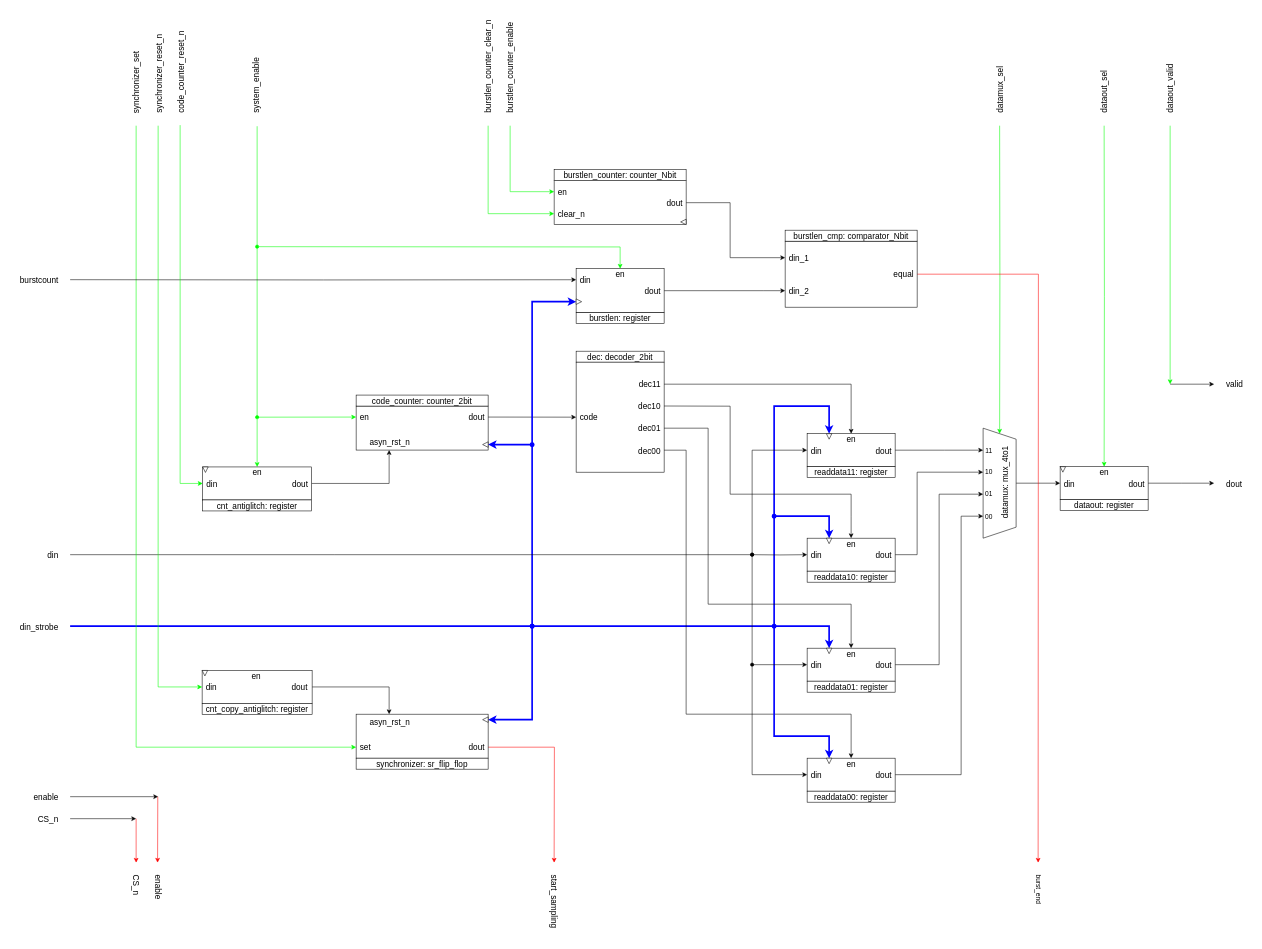
Before: page "synchronizer: RTL" (4 of 5) of IP_cores/AvalonMM_to_hRAM/SSRAM_to_hRAM_v1/rtl/SSRAM_to_hRAM.drawio in AndreaBononi/IP_cores, a draw.io diagram. Source tidied: cells renumbered, new cells numbered last; positions are measured from the earlier drawing's top-left corner, leaving out a move shared by most shapes. Both pictures are drawn from the tidied source at 55%, with x=0, y=0 at pixel (9, 53).
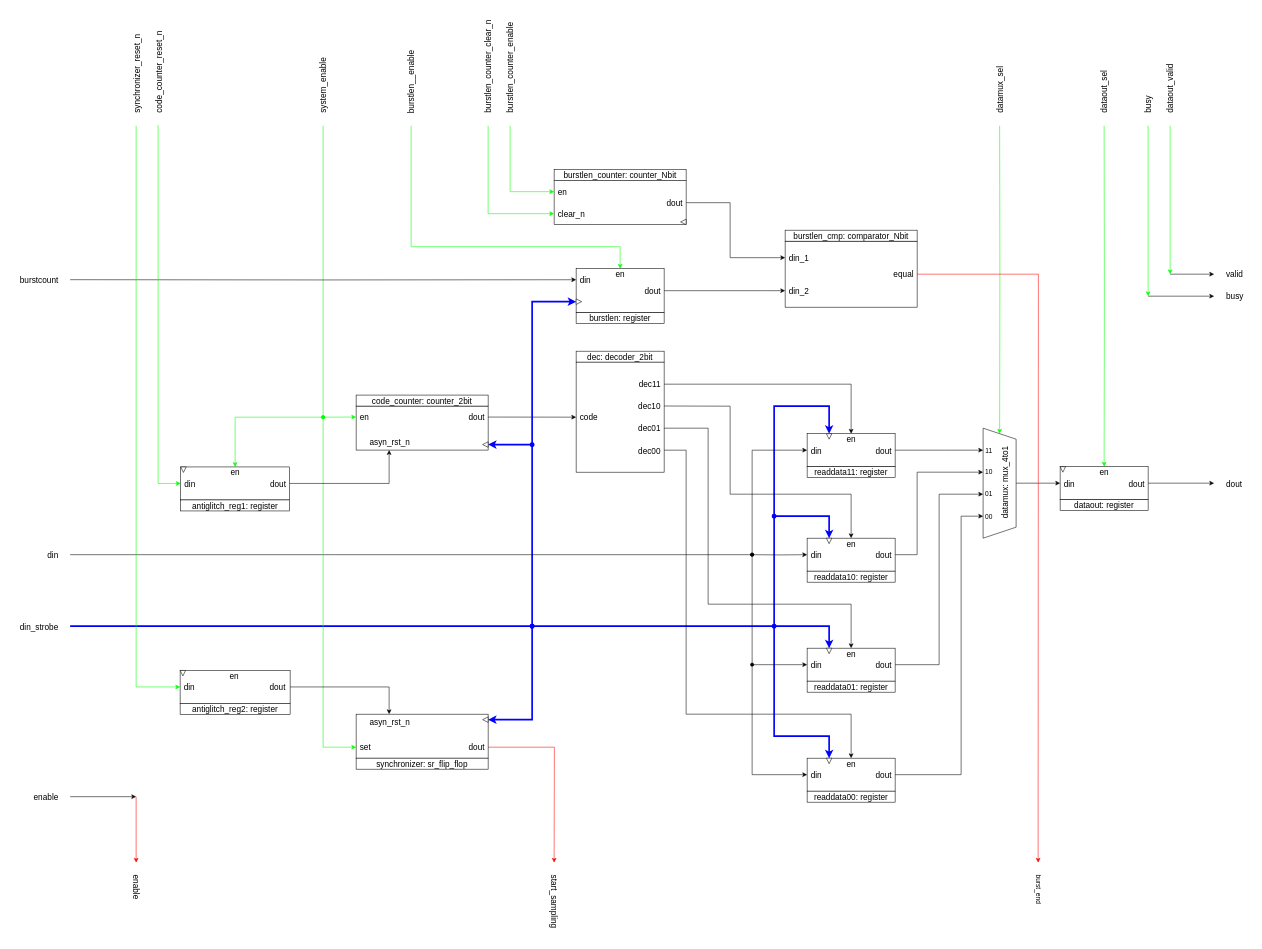
Above is the later version.

The change refers to these unchanged cells:
```xml
<mxCell id="3" style="rounded=0;whiteSpace=wrap;html=1;" parent="1" vertex="1">
  <mxGeometry x="630" y="640.8" width="240" height="80" as="geometry" />
</mxCell>
<mxCell id="69" style="rounded=0;whiteSpace=wrap;html=1;" parent="1" vertex="1">
  <mxGeometry x="630" y="1201" width="240" height="80" as="geometry" />
</mxCell>
<mxCell id="99" style="rounded=0;whiteSpace=wrap;html=1;horizontal=1;" parent="1" vertex="1">
  <mxGeometry x="1030" y="391" width="160" height="80" as="geometry" />
</mxCell>
```

What changed in the source:
```diff
@@
     <mxCell id="8" style="endArrow=classic;html=1;rounded=0;strokeColor=#00FF00;entryX=0;entryY=0.25;entryDx=0;entryDy=0;" parent="1" edge="1" target="3">
       <mxGeometry relative="1" as="geometry">
-        <mxPoint x="450" y="132" as="sourcePoint" />
+        <mxPoint x="570" y="131" as="sourcePoint" />
         <Array as="points">
-          <mxPoint x="450" y="661" />
+          <mxPoint x="570" y="661" />
         </Array>
       </mxGeometry>
     </mxCell>
     <mxCell id="9" value="&lt;font style=&quot;font-size: 15px;&quot;&gt;system_enable&lt;/font&gt;" style="text;html=1;align=left;verticalAlign=middle;strokeColor=none;fillColor=none;rotation=-90;" parent="1" vertex="1">
-      <mxGeometry x="388" y="35" width="120" height="30" as="geometry" />
+      <mxGeometry x="510" y="35" width="120" height="30" as="geometry" />
     </mxCell>
@@
-    <mxCell id="67" style="edgeStyle=orthogonalEdgeStyle;rounded=0;jettySize=auto;html=1;entryX=0;entryY=0.75;entryDx=0;entryDy=0;strokeColor=#00FF00;" parent="1" edge="1" target="69">
-      <mxGeometry relative="1" as="geometry">
-        <mxPoint x="230" y="131" as="sourcePoint" />
-        <Array as="points">
-          <mxPoint x="230" y="1261" />
-        </Array>
-      </mxGeometry>
-    </mxCell>
@@
+    <mxCell id="151" style="edgeStyle=orthogonalEdgeStyle;rounded=0;jettySize=auto;html=1;exitX=0;exitY=0.75;exitDx=0;exitDy=0;entryX=0;entryY=0.75;entryDx=0;entryDy=0;startArrow=oval;startFill=1;strokeColor=#00FF00;" parent="1" edge="1" target="69">
+      <mxGeometry relative="1" as="geometry">
+        <mxPoint x="570" y="661" as="sourcePoint" />
+        <Array as="points">
+          <mxPoint x="570" y="1261" />
+        </Array>
+      </mxGeometry>
+    </mxCell>
@@
-    <mxCell id="76" value="&lt;font style=&quot;font-size: 15px;&quot;&gt;synchronizer_set&lt;/font&gt;" style="text;html=1;align=left;verticalAlign=middle;strokeColor=none;fillColor=none;rotation=-90;" parent="1" vertex="1">
-      <mxGeometry x="160" y="26" width="140" height="30" as="geometry" />
-    </mxCell>
-    <mxCell id="77" value="&lt;font style=&quot;font-size: 15px;&quot;&gt;CS_n&lt;/font&gt;" style="text;html=1;align=right;verticalAlign=middle;strokeColor=none;fillColor=none;" parent="1" vertex="1">
-      <mxGeometry x="30" y="1376" width="60" height="30" as="geometry" />
-    </mxCell>
-    <mxCell id="78" style="endArrow=classic;html=1;rounded=0;strokeColor=#FF0000;" parent="1" edge="1">
-      <mxGeometry relative="1" as="geometry">
-        <mxPoint x="230" y="1391" as="sourcePoint" />
-        <mxPoint x="230" y="1471" as="targetPoint" />
-      </mxGeometry>
-    </mxCell>
-    <mxCell id="79" style="endArrow=classic;html=1;rounded=0;" parent="1" edge="1">
-      <mxGeometry relative="1" as="geometry">
-        <mxPoint x="110" y="1391" as="sourcePoint" />
-        <mxPoint x="230" y="1391" as="targetPoint" />
-      </mxGeometry>
-    </mxCell>
-    <mxCell id="80" value="&lt;div align=&quot;left&quot;&gt;&lt;font style=&quot;font-size: 15px;&quot;&gt;CS_n&lt;/font&gt;&lt;/div&gt;" style="text;html=1;align=left;verticalAlign=middle;strokeColor=none;fillColor=none;rotation=90;" parent="1" vertex="1">
-      <mxGeometry x="200" y="1506" width="60" height="30" as="geometry" />
-    </mxCell>
@@
     <mxCell id="92" style="edgeStyle=orthogonalEdgeStyle;rounded=0;orthogonalLoop=1;jettySize=auto;html=1;strokeColor=#00FF00;" parent="1" edge="1">
       <mxGeometry relative="1" as="geometry">
         <mxPoint x="2110" y="131" as="sourcePoint" />
-        <mxPoint x="2110" y="601" as="targetPoint" />
+        <mxPoint x="2110" y="401" as="targetPoint" />
       </mxGeometry>
     </mxCell>
     <mxCell id="93" style="edgeStyle=orthogonalEdgeStyle;rounded=0;orthogonalLoop=1;jettySize=auto;html=1;exitX=1;exitY=0.5;exitDx=0;exitDy=0;" parent="1" edge="1">
       <mxGeometry relative="1" as="geometry">
-        <mxPoint x="2110" y="601" as="sourcePoint" />
-        <mxPoint x="2190" y="601" as="targetPoint" />
+        <mxPoint x="2110" y="401" as="sourcePoint" />
+        <mxPoint x="2190" y="401" as="targetPoint" />
       </mxGeometry>
     </mxCell>
     <mxCell id="94" value="&lt;font style=&quot;font-size: 15px;&quot;&gt;valid&lt;/font&gt;" style="text;html=1;align=left;verticalAlign=middle;strokeColor=none;fillColor=none;" parent="1" vertex="1">
-      <mxGeometry x="2210" y="586" width="50" height="30" as="geometry" />
+      <mxGeometry x="2210" y="386" width="50" height="30" as="geometry" />
     </mxCell>
@@
-    <mxCell id="96" style="edgeStyle=orthogonalEdgeStyle;rounded=0;jettySize=auto;html=1;entryX=0.5;entryY=0;entryDx=0;entryDy=0;strokeColor=#00FF00;startArrow=oval;startFill=1;" parent="1" edge="1" target="99">
+    <mxCell id="96" style="edgeStyle=orthogonalEdgeStyle;rounded=0;jettySize=auto;html=1;entryX=0.5;entryY=0;entryDx=0;entryDy=0;strokeColor=#00FF00;startArrow=none;startFill=0;" parent="1" edge="1" target="99">
       <mxGeometry relative="1" as="geometry">
-        <mxPoint x="450" y="351" as="sourcePoint" />
+        <mxPoint x="730" y="131" as="sourcePoint" />
+        <Array as="points">
+          <mxPoint x="1110" y="351" />
+        </Array>
       </mxGeometry>
     </mxCell>
@@
     <mxCell id="122" style="endArrow=classic;html=1;rounded=0;" parent="1" edge="1">
       <mxGeometry relative="1" as="geometry">
         <mxPoint x="110" y="1351" as="sourcePoint" />
-        <mxPoint x="270" y="1351" as="targetPoint" />
+        <mxPoint x="230" y="1351" as="targetPoint" />
       </mxGeometry>
     </mxCell>
     <mxCell id="123" value="&lt;font style=&quot;font-size: 15px;&quot;&gt;enable&lt;/font&gt;" style="text;html=1;align=left;verticalAlign=middle;strokeColor=none;fillColor=none;rotation=90;" parent="1" vertex="1">
-      <mxGeometry x="235" y="1511" width="70" height="30" as="geometry" />
+      <mxGeometry x="196" y="1511" width="70" height="30" as="geometry" />
     </mxCell>
@@
     <mxCell id="128" style="edgeStyle=orthogonalEdgeStyle;rounded=0;jettySize=auto;html=1;entryX=0.5;entryY=0;entryDx=0;entryDy=0;strokeColor=#00FF00;startArrow=oval;startFill=1;" parent="1" edge="1" target="130">
       <mxGeometry relative="1" as="geometry">
-        <mxPoint x="450" y="661" as="sourcePoint" />
+        <mxPoint x="570" y="661" as="sourcePoint" />
         <Array as="points">
-          <mxPoint x="450" y="661" />
+          <mxPoint x="410" y="701" />
+          <mxPoint x="410" y="701" />
         </Array>
       </mxGeometry>
     </mxCell>
     <mxCell id="129" style="edgeStyle=orthogonalEdgeStyle;rounded=0;jettySize=auto;html=1;entryX=0;entryY=0.5;entryDx=0;entryDy=0;strokeColor=#00FF00;" parent="1" edge="1" target="130">
       <mxGeometry relative="1" as="geometry">
-        <mxPoint x="310" y="130" as="sourcePoint" />
+        <mxPoint x="270" y="130" as="sourcePoint" />
         <Array as="points">
-          <mxPoint x="310" y="130" />
-          <mxPoint x="310" y="782" />
+          <mxPoint x="270" y="130" />
+          <mxPoint x="270" y="782" />
         </Array>
       </mxGeometry>
     </mxCell>
     <mxCell id="130" style="rounded=0;whiteSpace=wrap;html=1;horizontal=1;" parent="1" vertex="1">
-      <mxGeometry x="351" y="751.5" width="198" height="60" as="geometry" />
+      <mxGeometry x="311" y="751.5" width="198" height="60" as="geometry" />
     </mxCell>
-    <mxCell id="131" value="&lt;font style=&quot;font-size: 15px;&quot;&gt;cnt_antiglitch: register&lt;/font&gt;" style="rounded=0;whiteSpace=wrap;html=1;" parent="1" vertex="1">
-      <mxGeometry x="351" y="811.5" width="198" height="20" as="geometry" />
+    <mxCell id="131" value="&lt;font style=&quot;font-size: 15px;&quot;&gt;antiglitch_reg1: register&lt;/font&gt;" style="rounded=0;whiteSpace=wrap;html=1;" parent="1" vertex="1">
+      <mxGeometry x="311" y="811.5" width="198" height="20" as="geometry" />
     </mxCell>
     <mxCell id="132" value="&lt;font style=&quot;font-size: 15px;&quot;&gt;dout&lt;/font&gt;" style="text;html=1;align=right;verticalAlign=middle;strokeColor=none;fillColor=none;" parent="1" vertex="1">
-      <mxGeometry x="494" y="766.5" width="50" height="30" as="geometry" />
+      <mxGeometry x="454" y="766.5" width="50" height="30" as="geometry" />
     </mxCell>
     <mxCell id="133" value="&lt;div align=&quot;left&quot;&gt;&lt;font style=&quot;font-size: 15px;&quot;&gt;din&lt;/font&gt;&lt;/div&gt;" style="text;html=1;align=left;verticalAlign=middle;strokeColor=none;fillColor=none;" parent="1" vertex="1">
-      <mxGeometry x="356" y="767.5" width="40" height="30" as="geometry" />
+      <mxGeometry x="316" y="767.5" width="40" height="30" as="geometry" />
     </mxCell>
     <mxCell id="134" value="&lt;font style=&quot;font-size: 15px;&quot;&gt;en&lt;/font&gt;" style="text;html=1;align=center;verticalAlign=middle;strokeColor=none;fillColor=none;" parent="1" vertex="1">
-      <mxGeometry x="430" y="746" width="40" height="30" as="geometry" />
+      <mxGeometry x="390" y="746" width="40" height="30" as="geometry" />
     </mxCell>
     <mxCell id="135" style="triangle;whiteSpace=wrap;html=1;direction=south;fontSize=15;" parent="1" vertex="1">
-      <mxGeometry x="351" y="751.5" width="10" height="10" as="geometry" />
+      <mxGeometry x="311" y="751.5" width="10" height="10" as="geometry" />
     </mxCell>
     <mxCell id="136" value="&lt;font style=&quot;font-size: 15px;&quot;&gt;code_counter_reset_n&lt;/font&gt;" style="text;html=1;align=left;verticalAlign=middle;strokeColor=none;fillColor=none;rotation=-90;" parent="1" vertex="1">
-      <mxGeometry x="226" y="10" width="170" height="30" as="geometry" />
+      <mxGeometry x="186" y="10" width="170" height="30" as="geometry" />
     </mxCell>
@@
     <mxCell id="139" style="edgeStyle=orthogonalEdgeStyle;rounded=0;jettySize=auto;html=1;entryX=0;entryY=0.5;entryDx=0;entryDy=0;strokeColor=#00FF00;" parent="1" edge="1" target="140">
       <mxGeometry relative="1" as="geometry">
-        <mxPoint x="270" y="131" as="sourcePoint" />
+        <mxPoint x="230" y="131" as="sourcePoint" />
         <Array as="points">
-          <mxPoint x="270" y="131" />
-          <mxPoint x="270" y="1151" />
+          <mxPoint x="230" y="131" />
+          <mxPoint x="230" y="1151" />
         </Array>
       </mxGeometry>
     </mxCell>
     <mxCell id="140" style="rounded=0;whiteSpace=wrap;html=1;horizontal=1;" parent="1" vertex="1">
-      <mxGeometry x="350" y="1121.5" width="200" height="60" as="geometry" />
+      <mxGeometry x="310" y="1121.5" width="200" height="60" as="geometry" />
     </mxCell>
-    <mxCell id="141" value="&lt;font style=&quot;font-size: 15px;&quot;&gt;cnt_copy_antiglitch: register&lt;/font&gt;" style="rounded=0;whiteSpace=wrap;html=1;" parent="1" vertex="1">
-      <mxGeometry x="350" y="1181.5" width="200" height="20" as="geometry" />
+    <mxCell id="141" value="&lt;font style=&quot;font-size: 15px;&quot;&gt;antiglitch_reg2: register&lt;/font&gt;" style="rounded=0;whiteSpace=wrap;html=1;" parent="1" vertex="1">
+      <mxGeometry x="310" y="1181.5" width="200" height="20" as="geometry" />
     </mxCell>
     <mxCell id="142" value="&lt;font style=&quot;font-size: 15px;&quot;&gt;dout&lt;/font&gt;" style="text;html=1;align=right;verticalAlign=middle;strokeColor=none;fillColor=none;" parent="1" vertex="1">
-      <mxGeometry x="493" y="1136" width="50" height="30" as="geometry" />
+      <mxGeometry x="453" y="1136" width="50" height="30" as="geometry" />
     </mxCell>
     <mxCell id="143" value="&lt;div align=&quot;left&quot;&gt;&lt;font style=&quot;font-size: 15px;&quot;&gt;din&lt;/font&gt;&lt;/div&gt;" style="text;html=1;align=left;verticalAlign=middle;strokeColor=none;fillColor=none;" parent="1" vertex="1">
-      <mxGeometry x="355" y="1137" width="40" height="30" as="geometry" />
+      <mxGeometry x="315" y="1137" width="40" height="30" as="geometry" />
     </mxCell>
     <mxCell id="144" value="&lt;font style=&quot;font-size: 15px;&quot;&gt;en&lt;/font&gt;" style="text;html=1;align=center;verticalAlign=middle;strokeColor=none;fillColor=none;" parent="1" vertex="1">
-      <mxGeometry x="428" y="1116.5" width="40" height="30" as="geometry" />
+      <mxGeometry x="388" y="1116.5" width="40" height="30" as="geometry" />
     </mxCell>
     <mxCell id="145" style="triangle;whiteSpace=wrap;html=1;direction=south;fontSize=15;" parent="1" vertex="1">
-      <mxGeometry x="350" y="1121.5" width="10" height="10" as="geometry" />
+      <mxGeometry x="310" y="1121.5" width="10" height="10" as="geometry" />
     </mxCell>
     <mxCell id="146" value="&lt;font style=&quot;font-size: 15px;&quot;&gt;synchronizer_reset_n&lt;/font&gt;" style="text;html=1;align=left;verticalAlign=middle;strokeColor=none;fillColor=none;rotation=-90;" parent="1" vertex="1">
-      <mxGeometry x="186" y="10" width="170" height="30" as="geometry" />
+      <mxGeometry x="146" y="10" width="170" height="30" as="geometry" />
     </mxCell>
@@
     <mxCell id="150" style="endArrow=classic;html=1;rounded=0;strokeColor=#FF0000;" parent="1" edge="1">
       <mxGeometry relative="1" as="geometry">
-        <mxPoint x="269.4" y="1351" as="sourcePoint" />
-        <mxPoint x="269" y="1471" as="targetPoint" />
+        <mxPoint x="230" y="1351" as="sourcePoint" />
+        <mxPoint x="230" y="1471" as="targetPoint" />
       </mxGeometry>
     </mxCell>
+    <mxCell id="152" style="edgeStyle=orthogonalEdgeStyle;rounded=0;orthogonalLoop=1;jettySize=auto;html=1;strokeColor=#00FF00;" parent="1" edge="1">
+      <mxGeometry relative="1" as="geometry">
+        <mxPoint x="2070" y="131" as="sourcePoint" />
+        <mxPoint x="2070" y="441" as="targetPoint" />
+      </mxGeometry>
+    </mxCell>
+    <mxCell id="153" style="edgeStyle=orthogonalEdgeStyle;rounded=0;orthogonalLoop=1;jettySize=auto;html=1;exitX=1;exitY=0.5;exitDx=0;exitDy=0;" parent="1" edge="1">
+      <mxGeometry relative="1" as="geometry">
+        <mxPoint x="2070" y="441" as="sourcePoint" />
+        <mxPoint x="2190" y="441" as="targetPoint" />
+      </mxGeometry>
+    </mxCell>
+    <mxCell id="154" value="&lt;font style=&quot;font-size: 15px;&quot;&gt;busy&lt;/font&gt;" style="text;html=1;align=left;verticalAlign=middle;strokeColor=none;fillColor=none;" parent="1" vertex="1">
+      <mxGeometry x="2210" y="426" width="50" height="30" as="geometry" />
+    </mxCell>
+    <mxCell id="155" value="&lt;font style=&quot;font-size: 15px;&quot;&gt;busy&lt;/font&gt;" style="text;html=1;align=left;verticalAlign=middle;strokeColor=none;fillColor=none;rotation=-90;" parent="1" vertex="1">
+      <mxGeometry x="2045" y="70" width="50" height="30" as="geometry" />
+    </mxCell>
+    <mxCell id="156" value="&lt;font style=&quot;font-size: 15px;&quot;&gt;burstlen__enable&lt;/font&gt;" style="text;html=1;align=left;verticalAlign=middle;strokeColor=none;fillColor=none;rotation=-90;" parent="1" vertex="1">
+      <mxGeometry x="660" y="26" width="140" height="30" as="geometry" />
+    </mxCell>
```
